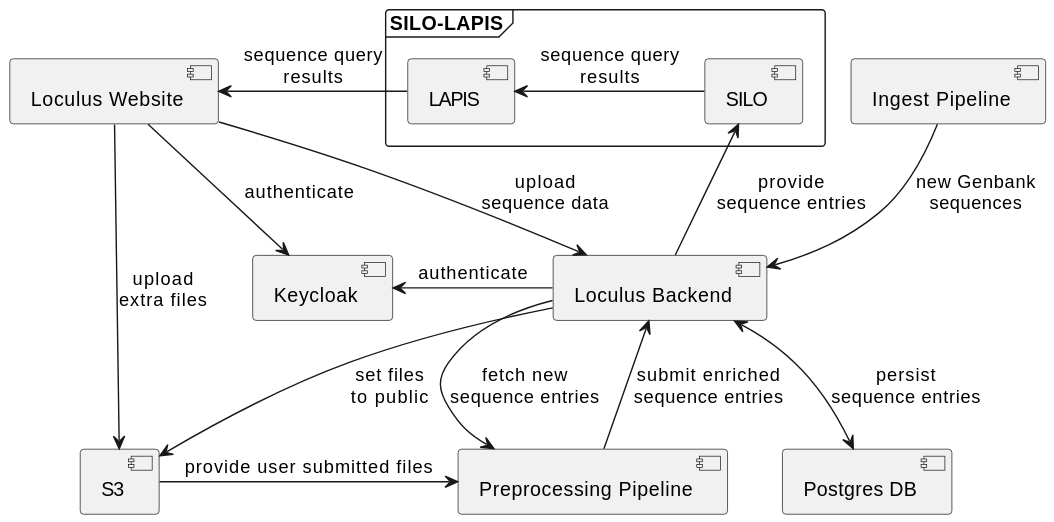
The PlantUML diagram backend/docs/plantuml/architectureOverview.svg in loculus-project/loculus, before a commit.
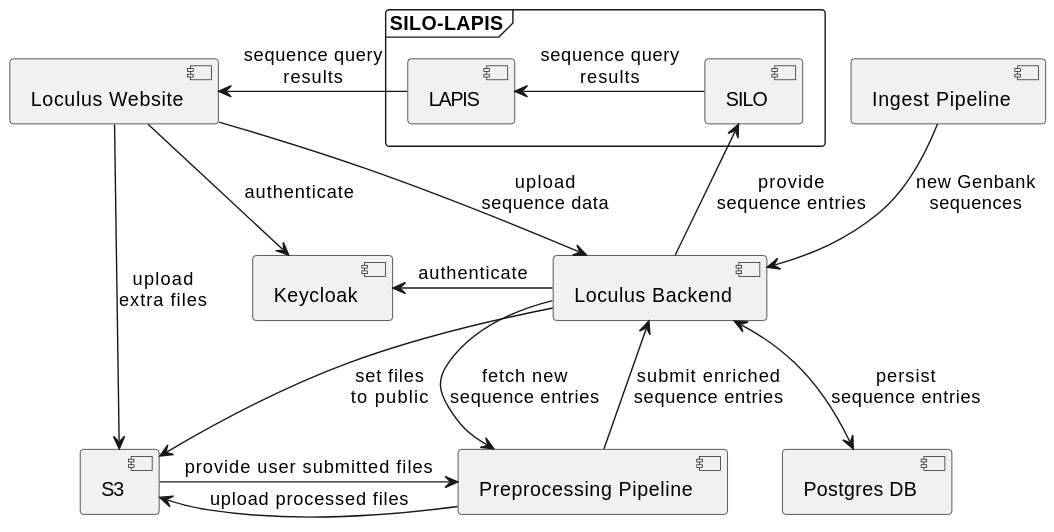
After the change.

Commit message:
Add arrow to diagram

What changed in the source:
```diff
@@ -34,4 +34,5 @@
 Website -> S3: upload\nextra files
 Backend --> S3: set files\nto public
 S3 -right-> Preprocessing: provide user submitted files
+Preprocessing -left-> S3: upload processed files
 @enduml
```
